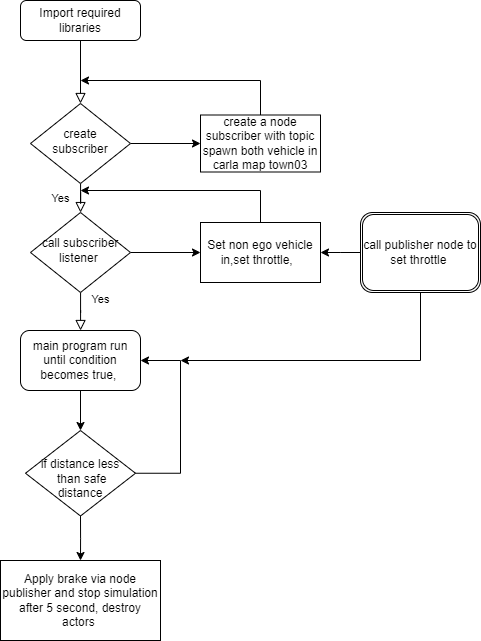
Before: Untitled Diagram.drawio.png, a diagram exported from draw.io (bapukokare/assignment). Source tidied: cells renumbered, new cells last; positions are measured from the earlier drawing's top-left corner, leaving out a move shared by most shapes.
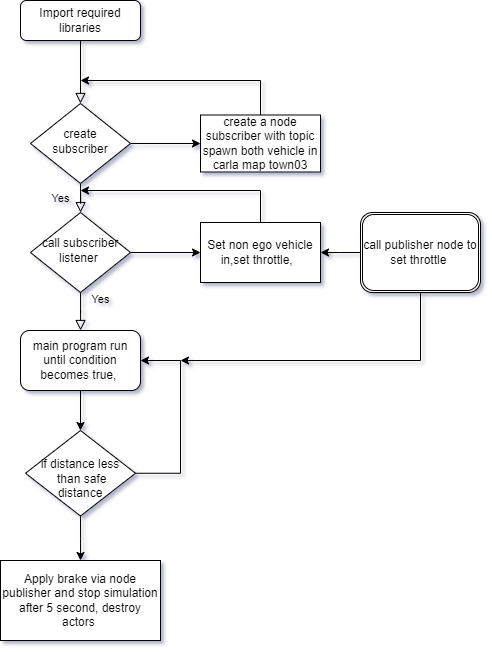
After the change.

Change to the diagram source:
```diff
@@ -1,91 +1,91 @@
 <mxGraphModel>
   <root>
-    <mxCell id="0" />
-    <mxCell id="1" parent="0" />
+    <mxCell id="23" />
+    <mxCell id="24" parent="23" />
-    <mxCell id="2" style="rounded=0;html=1;jettySize=auto;fontSize=11;endArrow=block;endFill=0;endSize=8;strokeWidth=1;shadow=0;labelBackgroundColor=none;edgeStyle=orthogonalEdgeStyle;" parent="1" edge="1" source="3" target="6">
+    <mxCell id="2" style="rounded=0;html=1;jettySize=auto;fontSize=11;endArrow=block;endFill=0;endSize=8;strokeWidth=1;shadow=0;labelBackgroundColor=none;edgeStyle=orthogonalEdgeStyle;" parent="24" edge="1" source="3" target="6">
       <mxGeometry relative="1" as="geometry" />
     </mxCell>
-    <mxCell id="3" value="Import required libraries" style="rounded=1;whiteSpace=wrap;html=1;fontSize=12;glass=0;strokeWidth=1;shadow=0;" parent="1" vertex="1">
+    <mxCell id="3" value="Import required libraries" style="rounded=1;whiteSpace=wrap;html=1;fontSize=12;glass=0;strokeWidth=1;shadow=0;" parent="24" vertex="1">
       <mxGeometry x="20" width="120" height="40" as="geometry" />
     </mxCell>
-    <mxCell id="4" value="Yes" style="rounded=0;html=1;jettySize=auto;fontSize=11;endArrow=block;endFill=0;endSize=8;strokeWidth=1;shadow=0;labelBackgroundColor=none;edgeStyle=orthogonalEdgeStyle;" parent="1" edge="1" source="6" target="9">
+    <mxCell id="4" value="Yes" style="rounded=0;html=1;jettySize=auto;fontSize=11;endArrow=block;endFill=0;endSize=8;strokeWidth=1;shadow=0;labelBackgroundColor=none;edgeStyle=orthogonalEdgeStyle;" parent="24" edge="1" source="6" target="9">
       <mxGeometry y="20" relative="1" as="geometry" />
     </mxCell>
-    <mxCell id="5" style="edgeStyle=orthogonalEdgeStyle;rounded=0;jettySize=auto;html=1;" parent="1" edge="1" source="6" target="17">
+    <mxCell id="5" style="edgeStyle=orthogonalEdgeStyle;rounded=0;jettySize=auto;html=1;" parent="24" edge="1" source="6" target="17">
       <mxGeometry relative="1" as="geometry" />
     </mxCell>
-    <mxCell id="6" value="create subscriber" style="rhombus;whiteSpace=wrap;html=1;shadow=0;fontFamily=Helvetica;fontSize=12;align=center;strokeWidth=1;spacing=6;spacingTop=-4;" parent="1" vertex="1">
+    <mxCell id="6" value="create subscriber" style="rhombus;whiteSpace=wrap;html=1;shadow=0;fontFamily=Helvetica;fontSize=12;align=center;strokeWidth=1;spacing=6;spacingTop=-4;" parent="24" vertex="1">
       <mxGeometry x="30" y="103" width="100" height="80" as="geometry" />
     </mxCell>
-    <mxCell id="7" value="Yes" style="rounded=0;html=1;jettySize=auto;fontSize=11;endArrow=block;endFill=0;endSize=8;strokeWidth=1;shadow=0;labelBackgroundColor=none;edgeStyle=orthogonalEdgeStyle;" parent="1" edge="1" source="9" target="11">
+    <mxCell id="7" value="Yes" style="rounded=0;html=1;jettySize=auto;fontSize=11;endArrow=block;endFill=0;endSize=8;strokeWidth=1;shadow=0;labelBackgroundColor=none;edgeStyle=orthogonalEdgeStyle;" parent="24" edge="1" source="9" target="11">
       <mxGeometry x="-0.6" y="20" relative="1" as="geometry">
         <mxPoint y="-1" as="offset" />
       </mxGeometry>
     </mxCell>
-    <mxCell id="8" style="edgeStyle=orthogonalEdgeStyle;rounded=0;jettySize=auto;html=1;entryX=0;entryY=0.5;entryDx=0;entryDy=0;" parent="1" edge="1" source="9" target="19">
+    <mxCell id="8" style="edgeStyle=orthogonalEdgeStyle;rounded=0;jettySize=auto;html=1;entryX=0;entryY=0.5;entryDx=0;entryDy=0;" parent="24" edge="1" source="9" target="19">
       <mxGeometry relative="1" as="geometry" />
     </mxCell>
-    <mxCell id="9" value="call subscriber listener&amp;nbsp;" style="rhombus;whiteSpace=wrap;html=1;shadow=0;fontFamily=Helvetica;fontSize=12;align=center;strokeWidth=1;spacing=6;spacingTop=-4;" parent="1" vertex="1">
+    <mxCell id="9" value="call subscriber listener&amp;nbsp;" style="rhombus;whiteSpace=wrap;html=1;shadow=0;fontFamily=Helvetica;fontSize=12;align=center;strokeWidth=1;spacing=6;spacingTop=-4;" parent="24" vertex="1">
       <mxGeometry x="30" y="212" width="100" height="80" as="geometry" />
     </mxCell>
-    <mxCell id="10" style="edgeStyle=orthogonalEdgeStyle;rounded=0;jettySize=auto;html=1;entryX=0.5;entryY=0;entryDx=0;entryDy=0;" parent="1" edge="1" source="11" target="15">
+    <mxCell id="10" style="edgeStyle=orthogonalEdgeStyle;rounded=0;jettySize=auto;html=1;entryX=0.5;entryY=0;entryDx=0;entryDy=0;" parent="24" edge="1" source="11" target="15">
       <mxGeometry relative="1" as="geometry" />
     </mxCell>
-    <mxCell id="11" value="main program run until condition becomes true,&amp;nbsp;" style="rounded=1;whiteSpace=wrap;html=1;" parent="1" vertex="1">
+    <mxCell id="11" value="main program run until condition becomes true,&amp;nbsp;" style="rounded=1;whiteSpace=wrap;html=1;" parent="24" vertex="1">
       <mxGeometry x="20" y="330" width="120" height="60" as="geometry" />
     </mxCell>
-    <mxCell id="12" value="Apply brake via node publisher and stop simulation after 5 second, destroy actors&amp;nbsp;" style="rounded=0;whiteSpace=wrap;html=1;" parent="1" vertex="1">
+    <mxCell id="12" value="Apply brake via node publisher and stop simulation after 5 second, destroy actors&amp;nbsp;" style="rounded=0;whiteSpace=wrap;html=1;" parent="24" vertex="1">
       <mxGeometry y="560" width="160" height="80" as="geometry" />
     </mxCell>
-    <mxCell id="13" style="edgeStyle=orthogonalEdgeStyle;rounded=0;jettySize=auto;html=1;exitX=0.5;exitY=1;exitDx=0;exitDy=0;entryX=0.5;entryY=0;entryDx=0;entryDy=0;" parent="1" edge="1" source="15">
-      <mxGeometry relative="1" as="geometry">
-        <mxPoint x="80" y="560" as="targetPoint" />
-      </mxGeometry>
-    </mxCell>
+    <mxCell id="25" style="edgeStyle=orthogonalEdgeStyle;rounded=0;jettySize=auto;html=1;exitX=0.5;exitY=1;exitDx=0;exitDy=0;entryX=0.5;entryY=0;entryDx=0;entryDy=0;" parent="24" edge="1" source="15">
+      <mxGeometry relative="1" as="geometry">
+        <mxPoint x="80" y="560" as="targetPoint" />
+      </mxGeometry>
+    </mxCell>
-    <mxCell id="14" style="edgeStyle=elbowEdgeStyle;rounded=0;jettySize=auto;html=1;entryX=1;entryY=0.5;entryDx=0;entryDy=0;" parent="1" edge="1" source="15" target="11">
+    <mxCell id="14" style="edgeStyle=elbowEdgeStyle;rounded=0;jettySize=auto;html=1;entryX=1;entryY=0.5;entryDx=0;entryDy=0;" parent="24" edge="1" source="15" target="11">
       <mxGeometry relative="1" as="geometry">
         <Array as="points">
           <mxPoint x="180" y="420" />
         </Array>
       </mxGeometry>
     </mxCell>
-    <mxCell id="15" value="&lt;br&gt;if distance less&lt;br&gt;&amp;nbsp;than safe &lt;br&gt;distance" style="rhombus;whiteSpace=wrap;html=1;shadow=0;fontFamily=Helvetica;fontSize=12;align=center;strokeWidth=1;spacing=6;spacingTop=-4;" parent="1" vertex="1">
+    <mxCell id="15" value="&lt;br&gt;if distance less&lt;br&gt;&amp;nbsp;than safe &lt;br&gt;distance" style="rhombus;whiteSpace=wrap;html=1;shadow=0;fontFamily=Helvetica;fontSize=12;align=center;strokeWidth=1;spacing=6;spacingTop=-4;" parent="24" vertex="1">
       <mxGeometry x="25" y="430" width="110" height="85.5" as="geometry" />
     </mxCell>
-    <mxCell id="16" style="edgeStyle=elbowEdgeStyle;rounded=0;jettySize=auto;html=1;exitX=0.5;exitY=0;exitDx=0;exitDy=0;" parent="1" edge="1" source="17">
-      <mxGeometry relative="1" as="geometry">
-        <mxPoint x="80" y="80" as="targetPoint" />
-        <Array as="points">
-          <mxPoint x="260" y="100" />
-        </Array>
-      </mxGeometry>
-    </mxCell>
+    <mxCell id="26" style="edgeStyle=elbowEdgeStyle;rounded=0;jettySize=auto;html=1;exitX=0.5;exitY=0;exitDx=0;exitDy=0;" parent="24" edge="1" source="17">
+      <mxGeometry relative="1" as="geometry">
+        <mxPoint x="80" y="80" as="targetPoint" />
+        <Array as="points">
+          <mxPoint x="260" y="100" />
+        </Array>
+      </mxGeometry>
+    </mxCell>
-    <mxCell id="17" value="create a node subscriber with topic spawn both vehicle in carla map town03" style="rounded=0;whiteSpace=wrap;html=1;" parent="1" vertex="1">
+    <mxCell id="17" value="create a node subscriber with topic spawn both vehicle in carla map town03" style="rounded=0;whiteSpace=wrap;html=1;" parent="24" vertex="1">
       <mxGeometry x="200" y="114.5" width="120" height="57" as="geometry" />
     </mxCell>
-    <mxCell id="18" style="edgeStyle=elbowEdgeStyle;rounded=0;jettySize=auto;html=1;exitX=0.5;exitY=0;exitDx=0;exitDy=0;" parent="1" edge="1" source="19">
-      <mxGeometry relative="1" as="geometry">
-        <mxPoint x="80" y="190" as="targetPoint" />
-        <Array as="points">
-          <mxPoint x="260" y="200" />
-        </Array>
-      </mxGeometry>
-    </mxCell>
+    <mxCell id="27" style="edgeStyle=elbowEdgeStyle;rounded=0;jettySize=auto;html=1;exitX=0.5;exitY=0;exitDx=0;exitDy=0;" parent="24" edge="1" source="19">
+      <mxGeometry relative="1" as="geometry">
+        <mxPoint x="80" y="190" as="targetPoint" />
+        <Array as="points">
+          <mxPoint x="260" y="200" />
+        </Array>
+      </mxGeometry>
+    </mxCell>
-    <mxCell id="19" value="Set non ego vehicle in,set throttle,&amp;nbsp;&amp;nbsp;" style="rounded=0;whiteSpace=wrap;html=1;" parent="1" vertex="1">
+    <mxCell id="19" value="Set non ego vehicle in,set throttle,&amp;nbsp;&amp;nbsp;" style="rounded=0;whiteSpace=wrap;html=1;" parent="24" vertex="1">
       <mxGeometry x="200" y="222" width="120" height="60" as="geometry" />
     </mxCell>
-    <mxCell id="20" style="edgeStyle=elbowEdgeStyle;rounded=0;jettySize=auto;html=1;entryX=1;entryY=0.5;entryDx=0;entryDy=0;" parent="1" edge="1" source="22" target="19">
+    <mxCell id="20" style="edgeStyle=elbowEdgeStyle;rounded=0;jettySize=auto;html=1;entryX=1;entryY=0.5;entryDx=0;entryDy=0;" parent="24" edge="1" source="22" target="19">
       <mxGeometry relative="1" as="geometry" />
     </mxCell>
-    <mxCell id="21" style="edgeStyle=elbowEdgeStyle;rounded=0;jettySize=auto;html=1;exitX=0.5;exitY=1;exitDx=0;exitDy=0;" parent="1" edge="1" source="22">
-      <mxGeometry relative="1" as="geometry">
-        <mxPoint x="180" y="360" as="targetPoint" />
-        <Array as="points">
-          <mxPoint x="420" y="330" />
-        </Array>
-      </mxGeometry>
-    </mxCell>
+    <mxCell id="28" style="edgeStyle=elbowEdgeStyle;rounded=0;jettySize=auto;html=1;exitX=0.5;exitY=1;exitDx=0;exitDy=0;" parent="24" edge="1" source="22">
+      <mxGeometry relative="1" as="geometry">
+        <mxPoint x="180" y="360" as="targetPoint" />
+        <Array as="points">
+          <mxPoint x="420" y="330" />
+        </Array>
+      </mxGeometry>
+    </mxCell>
-    <mxCell id="22" value="call publisher node to set throttle&amp;nbsp;" style="shape=ext;double=1;rounded=1;whiteSpace=wrap;html=1;" parent="1" vertex="1">
+    <mxCell id="22" value="call publisher node to set throttle&amp;nbsp;" style="shape=ext;double=1;rounded=1;whiteSpace=wrap;html=1;" parent="24" vertex="1">
       <mxGeometry x="360" y="212" width="120" height="80" as="geometry" />
     </mxCell>
   </root>
```
